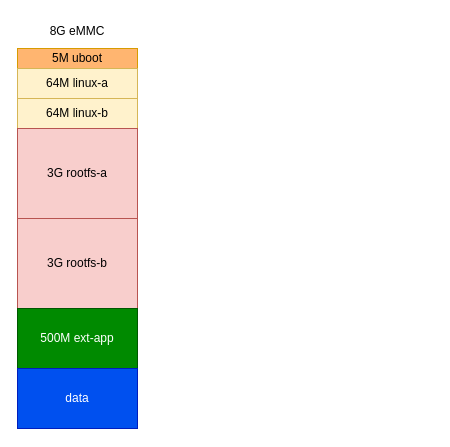
Earlier version of the draw.io diagram emmc-map-v2x.drawio (zugelii/learnstructure). Source tidied: cells renumbered, new cells numbered last; positions are measured from the earlier drawing's top-left corner, leaving out a move shared by most shapes. Both pictures are drawn from the tidied source at 100%, with x=0, y=0 at pixel (17, 21).
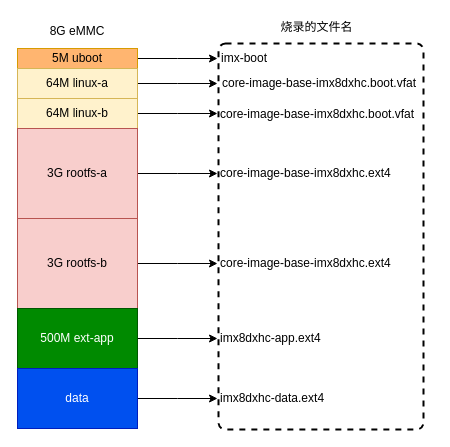
After the change.

Unchanged cells that the change refers to:
```xml
<mxCell id="2" value="5M uboot" style="rounded=0;whiteSpace=wrap;html=1;strokeColor=#d79b00;fillColor=#FFB570;" parent="1" vertex="1">
  <mxGeometry y="27" width="120" height="20" as="geometry" />
</mxCell>
<mxCell id="3" value="64M linux-a" style="rounded=0;whiteSpace=wrap;html=1;fillColor=#fff2cc;strokeColor=#d6b656;" parent="1" vertex="1">
  <mxGeometry y="47" width="120" height="30" as="geometry" />
</mxCell>
<mxCell id="4" value="64M linux-b" style="rounded=0;whiteSpace=wrap;html=1;fillColor=#fff2cc;strokeColor=#d6b656;" parent="1" vertex="1">
  <mxGeometry y="77" width="120" height="30" as="geometry" />
</mxCell>
<mxCell id="5" value="3G rootfs-a" style="rounded=0;whiteSpace=wrap;html=1;fillColor=#f8cecc;strokeColor=#b85450;" parent="1" vertex="1">
  <mxGeometry y="107" width="120" height="90" as="geometry" />
</mxCell>
<mxCell id="6" value="3G rootfs-b" style="rounded=0;whiteSpace=wrap;html=1;fillColor=#f8cecc;strokeColor=#b85450;" parent="1" vertex="1">
  <mxGeometry y="197" width="120" height="90" as="geometry" />
</mxCell>
<mxCell id="7" value="500M ext-app" style="rounded=0;whiteSpace=wrap;html=1;fillColor=#008a00;strokeColor=#005700;fontColor=#ffffff;" parent="1" vertex="1">
  <mxGeometry y="287" width="120" height="60" as="geometry" />
</mxCell>
<mxCell id="8" value="data" style="rounded=0;whiteSpace=wrap;html=1;fillColor=#0050ef;strokeColor=#001DBC;fontColor=#ffffff;" parent="1" vertex="1">
  <mxGeometry y="347" width="120" height="60" as="geometry" />
</mxCell>
```

What changed in the source:
```diff
@@
+    <mxCell id="10" style="rounded=1;whiteSpace=wrap;html=1;absoluteArcSize=1;arcSize=14;strokeWidth=2;dashed=1;" parent="1" vertex="1">
+      <mxGeometry x="201" y="22" width="205" height="386" as="geometry" />
+    </mxCell>
+    <mxCell id="11" style="edgeStyle=orthogonalEdgeStyle;rounded=0;jettySize=auto;html=1;" parent="1" edge="1" source="2">
+      <mxGeometry relative="1" as="geometry">
+        <mxPoint x="200" y="37" as="targetPoint" />
+      </mxGeometry>
+    </mxCell>
@@
+    <mxCell id="12" style="edgeStyle=orthogonalEdgeStyle;rounded=0;jettySize=auto;html=1;" parent="1" edge="1" source="3">
+      <mxGeometry relative="1" as="geometry">
+        <mxPoint x="200" y="62" as="targetPoint" />
+      </mxGeometry>
+    </mxCell>
@@
+    <mxCell id="13" style="edgeStyle=orthogonalEdgeStyle;rounded=0;jettySize=auto;html=1;" parent="1" edge="1" source="4">
+      <mxGeometry relative="1" as="geometry">
+        <mxPoint x="200" y="92" as="targetPoint" />
+      </mxGeometry>
+    </mxCell>
@@
+    <mxCell id="14" style="edgeStyle=orthogonalEdgeStyle;rounded=0;jettySize=auto;html=1;" parent="1" edge="1" source="5">
+      <mxGeometry relative="1" as="geometry">
+        <mxPoint x="200" y="152" as="targetPoint" />
+      </mxGeometry>
+    </mxCell>
@@
+    <mxCell id="15" style="edgeStyle=orthogonalEdgeStyle;rounded=0;jettySize=auto;html=1;" parent="1" edge="1" source="6">
+      <mxGeometry relative="1" as="geometry">
+        <mxPoint x="200" y="242" as="targetPoint" />
+      </mxGeometry>
+    </mxCell>
@@
+    <mxCell id="16" style="edgeStyle=orthogonalEdgeStyle;rounded=0;jettySize=auto;html=1;" parent="1" edge="1" source="7">
+      <mxGeometry relative="1" as="geometry">
+        <mxPoint x="200" y="317" as="targetPoint" />
+      </mxGeometry>
+    </mxCell>
@@
+    <mxCell id="17" style="edgeStyle=orthogonalEdgeStyle;rounded=0;jettySize=auto;html=1;" parent="1" edge="1" source="8">
+      <mxGeometry relative="1" as="geometry">
+        <mxPoint x="200" y="377" as="targetPoint" />
+      </mxGeometry>
+    </mxCell>
@@
+    <mxCell id="18" value="imx-boot" style="text;html=1;strokeColor=none;fillColor=none;align=center;verticalAlign=middle;whiteSpace=wrap;rounded=0;" parent="1" vertex="1">
+      <mxGeometry x="201" y="27" width="52" height="20" as="geometry" />
+    </mxCell>
+    <mxCell id="19" value="core-image-base-imx8dxhc.boot.vfat" style="text;html=1;strokeColor=none;fillColor=none;align=center;verticalAlign=middle;whiteSpace=wrap;rounded=0;" parent="1" vertex="1">
+      <mxGeometry x="193" y="52" width="218" height="20" as="geometry" />
+    </mxCell>
+    <mxCell id="20" value="core-image-base-imx8dxhc.boot.vfat" style="text;whiteSpace=wrap;html=1;" parent="1" vertex="1">
+      <mxGeometry x="201" y="79" width="214" height="28" as="geometry" />
+    </mxCell>
+    <mxCell id="21" value="core-image-base-imx8dxhc.ext4" style="text;whiteSpace=wrap;html=1;" parent="1" vertex="1">
+      <mxGeometry x="201" y="138" width="190" height="28" as="geometry" />
+    </mxCell>
+    <mxCell id="22" value="core-image-base-imx8dxhc.ext4" style="text;whiteSpace=wrap;html=1;" parent="1" vertex="1">
+      <mxGeometry x="201" y="228" width="190" height="28" as="geometry" />
+    </mxCell>
+    <mxCell id="23" value="imx8dxhc-app.ext4" style="text;whiteSpace=wrap;html=1;" parent="1" vertex="1">
+      <mxGeometry x="201" y="303" width="121" height="28" as="geometry" />
+    </mxCell>
+    <mxCell id="24" value="imx8dxhc-data.ext4" style="text;whiteSpace=wrap;html=1;" parent="1" vertex="1">
+      <mxGeometry x="201" y="363" width="124" height="28" as="geometry" />
+    </mxCell>
+    <mxCell id="25" value="烧录的文件名" style="text;html=1;strokeColor=none;fillColor=none;align=center;verticalAlign=middle;whiteSpace=wrap;rounded=0;dashed=1;" parent="1" vertex="1">
+      <mxGeometry x="246.5" y="-4" width="105" height="20" as="geometry" />
+    </mxCell>
```
